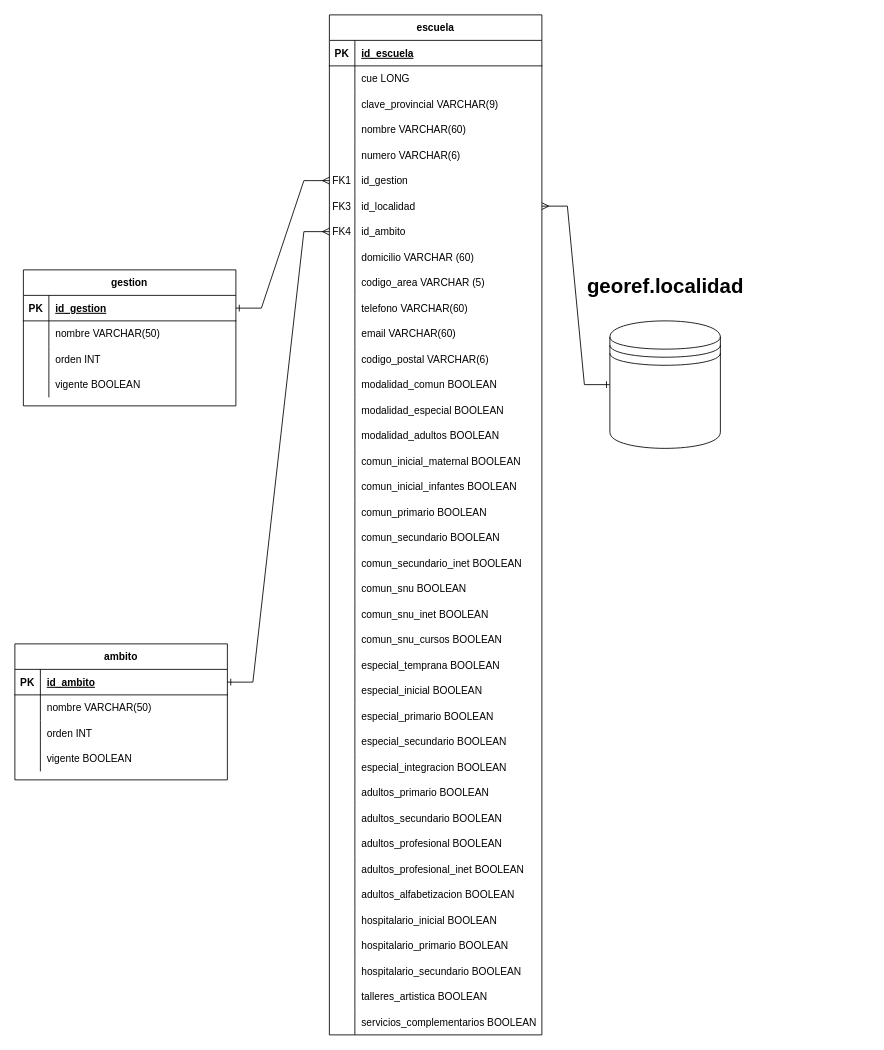
This is establecimientos_educativos.drawio from Alexmdq80/SistemaGestionEscolar, a draw.io file, before an edit. Source tidied: cells renumbered, new cells numbered last; positions are measured from the earlier drawing's top-left corner, leaving out a move shared by most shapes. Both pictures are drawn from the tidied source at 85%, with x=0, y=0 at pixel (14, 14).
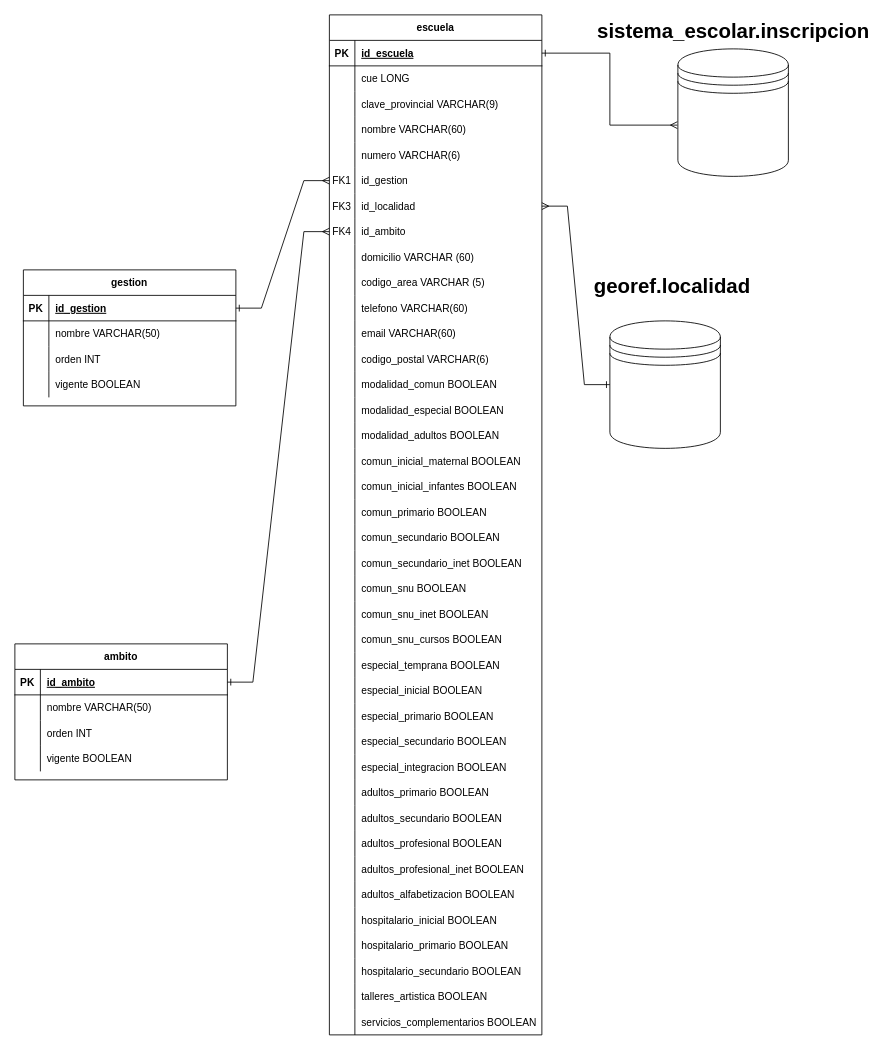
The same diagram, later.

The change refers to these unchanged cells:
```xml
<mxCell id="32" style="shape=partialRectangle;fillColor=none;points=[[0,0.5],[1,0.5]];portConstraint=eastwest;top=0;left=0;right=0;bottom=1;" parent="31" vertex="1">
  <mxGeometry y="30" width="250" height="30" as="geometry" />
</mxCell>
```

Change to the diagram source:
```diff
@@
     <mxCell id="150" value="georef.localidad" style="text;strokeColor=none;fillColor=none;html=1;fontSize=24;fontStyle=1;verticalAlign=middle;align=center;" parent="1" vertex="1">
-      <mxGeometry x="715" y="300" width="100" height="40" as="geometry" />
+      <mxGeometry x="640" y="300" width="265" height="40" as="geometry" />
     </mxCell>
+    <mxCell id="151" style="shape=datastore;whiteSpace=wrap;html=1;" parent="1" vertex="1">
+      <mxGeometry x="780" y="40" width="130" height="150" as="geometry" />
+    </mxCell>
+    <mxCell id="152" value="sistema_escolar.inscripcion" style="text;strokeColor=none;fillColor=none;html=1;fontSize=24;fontStyle=1;verticalAlign=middle;align=center;" parent="1" vertex="1">
+      <mxGeometry x="712.5" width="265" height="40" as="geometry" />
+    </mxCell>
+    <mxCell id="153" style="edgeStyle=orthogonalEdgeStyle;rounded=0;jettySize=auto;html=1;entryX=-0.005;entryY=0.598;entryDx=0;entryDy=0;entryPerimeter=0;endArrow=ERmany;endFill=0;startArrow=ERone;startFill=0;" parent="1" edge="1" source="32" target="151">
+      <mxGeometry relative="1" as="geometry" />
+    </mxCell>
```
